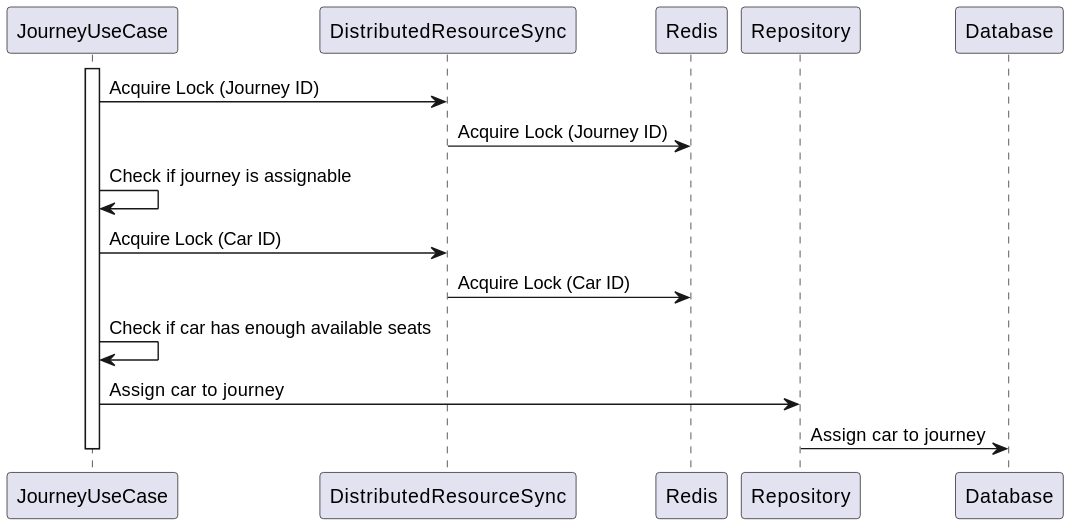
Before: docs/diagrams/images/sequence/assign-car-to-journey.svg, a diagram exported from PlantUML (NicolasBachs/cabify-challenge).
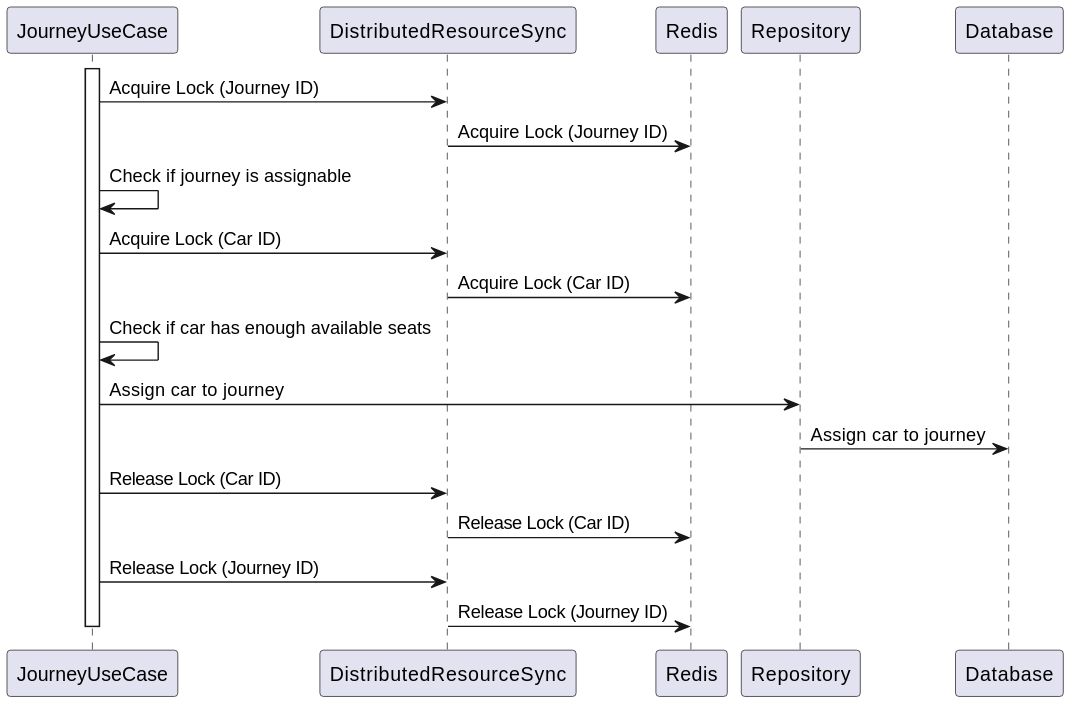
Above is the later version.

Commit message:
docs: tweaks sequence diagrams

The edit, as a diff of the source:
```diff
@@ -14,5 +14,9 @@
 JourneyUseCase -> JourneyUseCase: Check if car has enough available seats
 JourneyUseCase -> Repository: Assign car to journey
 Repository -> Database: Assign car to journey
+JourneyUseCase -> DistributedResourceSync: Release Lock (Car ID)
+DistributedResourceSync -> Redis: Release Lock (Car ID)
+JourneyUseCase -> DistributedResourceSync: Release Lock (Journey ID)
+DistributedResourceSync -> Redis: Release Lock (Journey ID)
 deactivate JourneyUseCase
 @enduml
```
